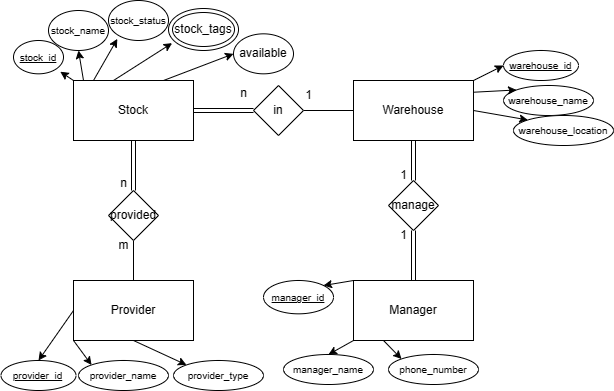
The draw.io diagram ERD-inventory-management-system.png in albatranomar/inventory-management-system-oas3-api, before a commit. Source tidied: cells renumbered, new cells last; positions are measured from the earlier drawing's top-left corner, leaving out a move shared by most shapes.
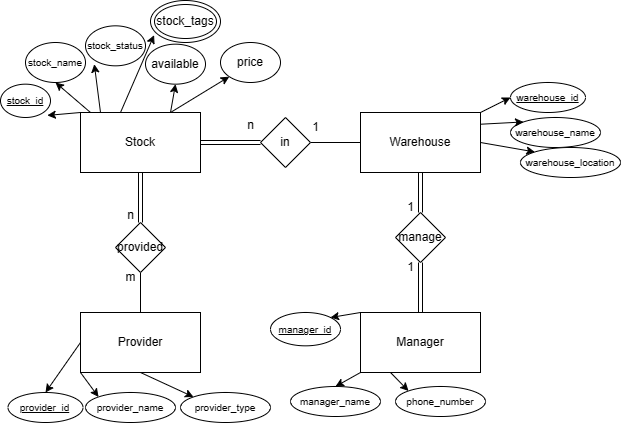
After the change.

The edit, as a diff of the source:
```diff
@@ -63,10 +63,10 @@
       <mxGeometry relative="1" as="geometry" />
     </mxCell>
     <mxCell id="22" value="&lt;u&gt;&lt;font style=&quot;font-size: 10px;&quot;&gt;stock_id&lt;/font&gt;&lt;/u&gt;" style="ellipse;whiteSpace=wrap;html=1;" parent="1" vertex="1">
-      <mxGeometry x="12" y="40" width="50" height="33.3" as="geometry" />
+      <mxGeometry x="-8" y="51.7" width="50" height="33.3" as="geometry" />
     </mxCell>
     <mxCell id="23" value="&lt;font style=&quot;font-size: 10px;&quot;&gt;stock_name&lt;/font&gt;" style="ellipse;whiteSpace=wrap;html=1;" parent="1" vertex="1">
-      <mxGeometry x="47" y="10" width="60" height="40" as="geometry" />
+      <mxGeometry x="17" y="10" width="60" height="40" as="geometry" />
     </mxCell>
     <mxCell id="24" style="endArrow=classic;html=1;rounded=0;entryX=0.5;entryY=1;entryDx=0;entryDy=0;" parent="1" edge="1" target="23">
       <mxGeometry relative="1" as="geometry">
@@ -74,7 +74,7 @@
       </mxGeometry>
     </mxCell>
     <mxCell id="25" value="&lt;font style=&quot;font-size: 10px;&quot;&gt;stock_status&lt;/font&gt;" style="ellipse;whiteSpace=wrap;html=1;" parent="1" vertex="1">
-      <mxGeometry x="107" width="60" height="40" as="geometry" />
+      <mxGeometry x="77" y="-6.7" width="60" height="40" as="geometry" />
     </mxCell>
     <mxCell id="26" style="endArrow=classic;html=1;rounded=0;entryX=0.147;entryY=0.96;entryDx=0;entryDy=0;entryPerimeter=0;" parent="1" edge="1" target="25">
       <mxGeometry relative="1" as="geometry">
@@ -82,7 +82,7 @@
       </mxGeometry>
     </mxCell>
     <mxCell id="27" value="stock_tags" style="ellipse;shape=doubleEllipse;whiteSpace=wrap;html=1;" parent="1" vertex="1">
-      <mxGeometry x="167" y="8" width="70" height="42" as="geometry" />
+      <mxGeometry x="142" y="-32" width="70" height="42" as="geometry" />
     </mxCell>
     <mxCell id="28" style="endArrow=classic;html=1;rounded=0;entryX=0.051;entryY=0.825;entryDx=0;entryDy=0;entryPerimeter=0;" parent="1" edge="1" target="27">
       <mxGeometry relative="1" as="geometry">
@@ -144,10 +144,16 @@
       <mxGeometry relative="1" as="geometry" />
     </mxCell>
     <mxCell id="47" value="available" style="ellipse;whiteSpace=wrap;html=1;" parent="1" vertex="1">
-      <mxGeometry x="232" y="33.3" width="60" height="40" as="geometry" />
+      <mxGeometry x="137" y="11.7" width="60" height="40" as="geometry" />
     </mxCell>
-    <mxCell id="48" style="endArrow=classic;html=1;rounded=0;exitX=0.75;exitY=0;exitDx=0;exitDy=0;entryX=0;entryY=0.5;entryDx=0;entryDy=0;" parent="1" edge="1" source="2" target="47">
+    <mxCell id="48" style="endArrow=classic;html=1;rounded=0;exitX=0.75;exitY=0;exitDx=0;exitDy=0;entryX=0.5;entryY=1;entryDx=0;entryDy=0;" parent="1" edge="1" source="2" target="47">
       <mxGeometry relative="1" as="geometry" />
     </mxCell>
+    <mxCell id="49" value="price" style="ellipse;whiteSpace=wrap;html=1;" parent="1" vertex="1">
+      <mxGeometry x="212" y="10" width="60" height="40" as="geometry" />
+    </mxCell>
+    <mxCell id="50" style="endArrow=classic;html=1;rounded=0;exitX=0.75;exitY=0;exitDx=0;exitDy=0;entryX=0;entryY=1;entryDx=0;entryDy=0;" parent="1" edge="1" source="2" target="49">
+      <mxGeometry relative="1" as="geometry" />
+    </mxCell>
   </root>
 </mxGraphModel>
```
